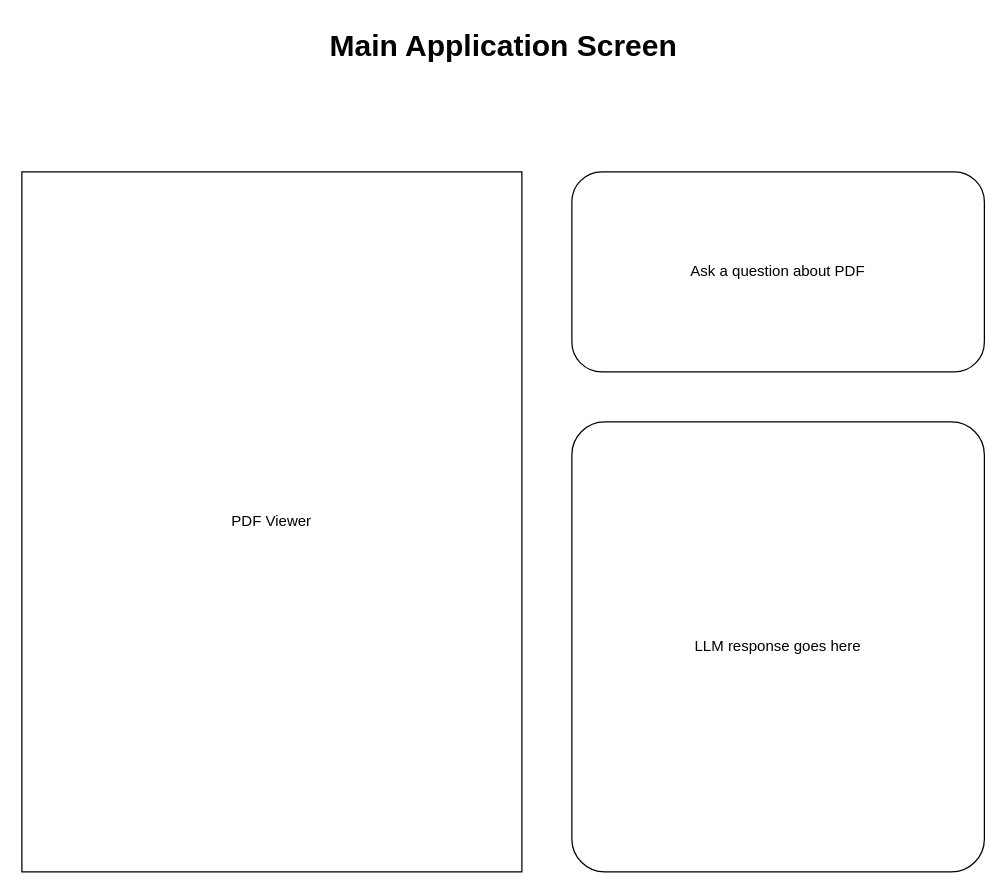
Earlier version of the draw.io diagram Untitled Diagram.drawio (Zeus0809/chat-with-pdf). Source tidied: cells renumbered, new cells numbered last; positions are measured from the earlier drawing's top-left corner, leaving out a move shared by most shapes. Both pictures are drawn from the tidied source at 125%, with x=0, y=0 at pixel (21, 21).
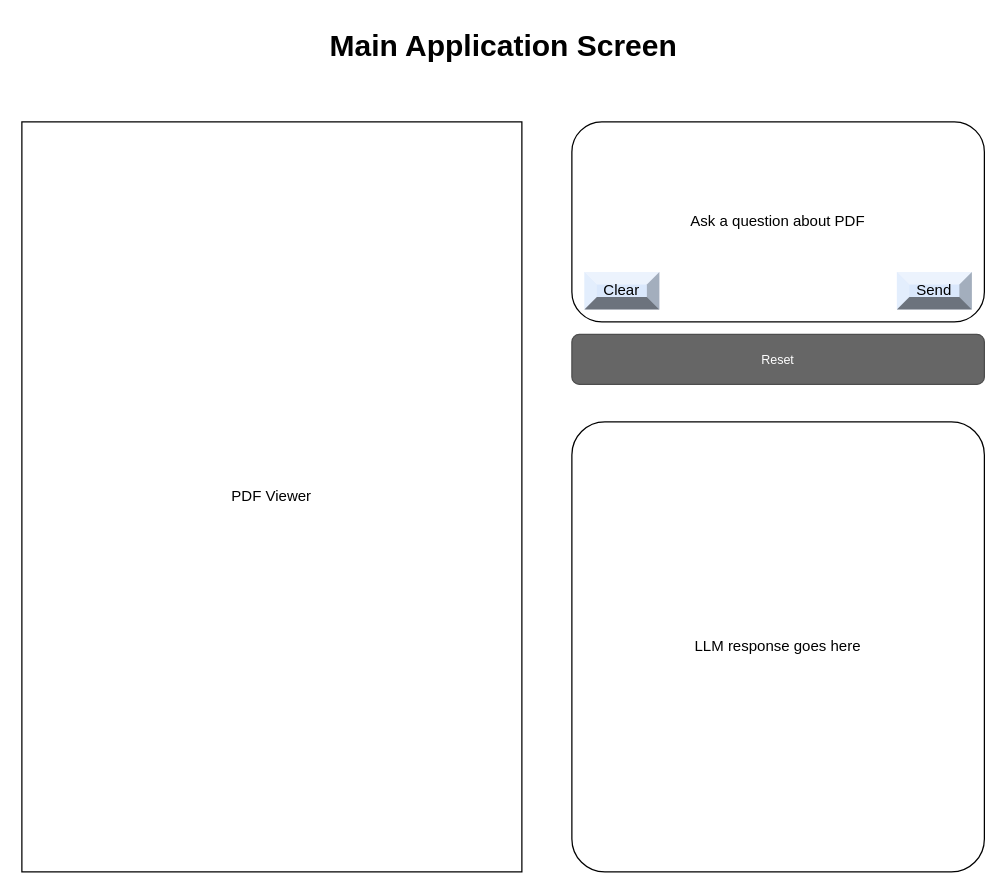
Above is the later version.

Diff of the diagram source:
```diff
@@
 <mxGraphModel>
   <root>
     <mxCell id="0" />
     <mxCell id="1" parent="0" />
     <mxCell id="2" value="PDF Viewer" style="rounded=0;whiteSpace=wrap;html=1;direction=south;" parent="1" vertex="1">
-      <mxGeometry y="120" width="400" height="560" as="geometry" />
+      <mxGeometry y="80" width="400" height="600" as="geometry" />
     </mxCell>
     <mxCell id="3" value="Main Application Screen" style="text;strokeColor=none;fillColor=none;html=1;fontSize=24;fontStyle=1;verticalAlign=middle;align=center;" parent="1" vertex="1">
       <mxGeometry x="220" width="330" height="40" as="geometry" />
     </mxCell>
     <mxCell id="4" value="Ask a question about PDF" style="rounded=1;whiteSpace=wrap;html=1;" parent="1" vertex="1">
-      <mxGeometry x="440" y="120" width="330" height="160" as="geometry" />
+      <mxGeometry x="440" y="80" width="330" height="160" as="geometry" />
     </mxCell>
     <mxCell id="5" value="LLM response goes here" style="rounded=1;whiteSpace=wrap;html=1;arcSize=8;" parent="1" vertex="1">
       <mxGeometry x="440" y="320" width="330" height="360" as="geometry" />
     </mxCell>
+    <mxCell id="6" value="Send" style="labelPosition=center;verticalLabelPosition=middle;align=center;html=1;shape=mxgraph.basic.shaded_button;dx=10;fillColor=#dae8fc;strokeColor=#6c8ebf;whiteSpace=wrap;" parent="1" vertex="1">
+      <mxGeometry x="700" y="200" width="60" height="30" as="geometry" />
+    </mxCell>
+    <mxCell id="7" value="Reset" style="rounded=1;html=1;shadow=0;dashed=0;whiteSpace=wrap;fontSize=10;fillColor=#666666;align=center;strokeColor=#4D4D4D;fontColor=#ffffff;" parent="1" vertex="1">
+      <mxGeometry x="440" y="250" width="330" height="40" as="geometry" />
+    </mxCell>
+    <mxCell id="8" value="Clear" style="labelPosition=center;verticalLabelPosition=middle;align=center;html=1;shape=mxgraph.basic.shaded_button;dx=10;fillColor=#dae8fc;strokeColor=#6c8ebf;whiteSpace=wrap;" parent="1" vertex="1">
+      <mxGeometry x="450" y="200" width="60" height="30" as="geometry" />
+    </mxCell>
   </root>
 </mxGraphModel>
```
